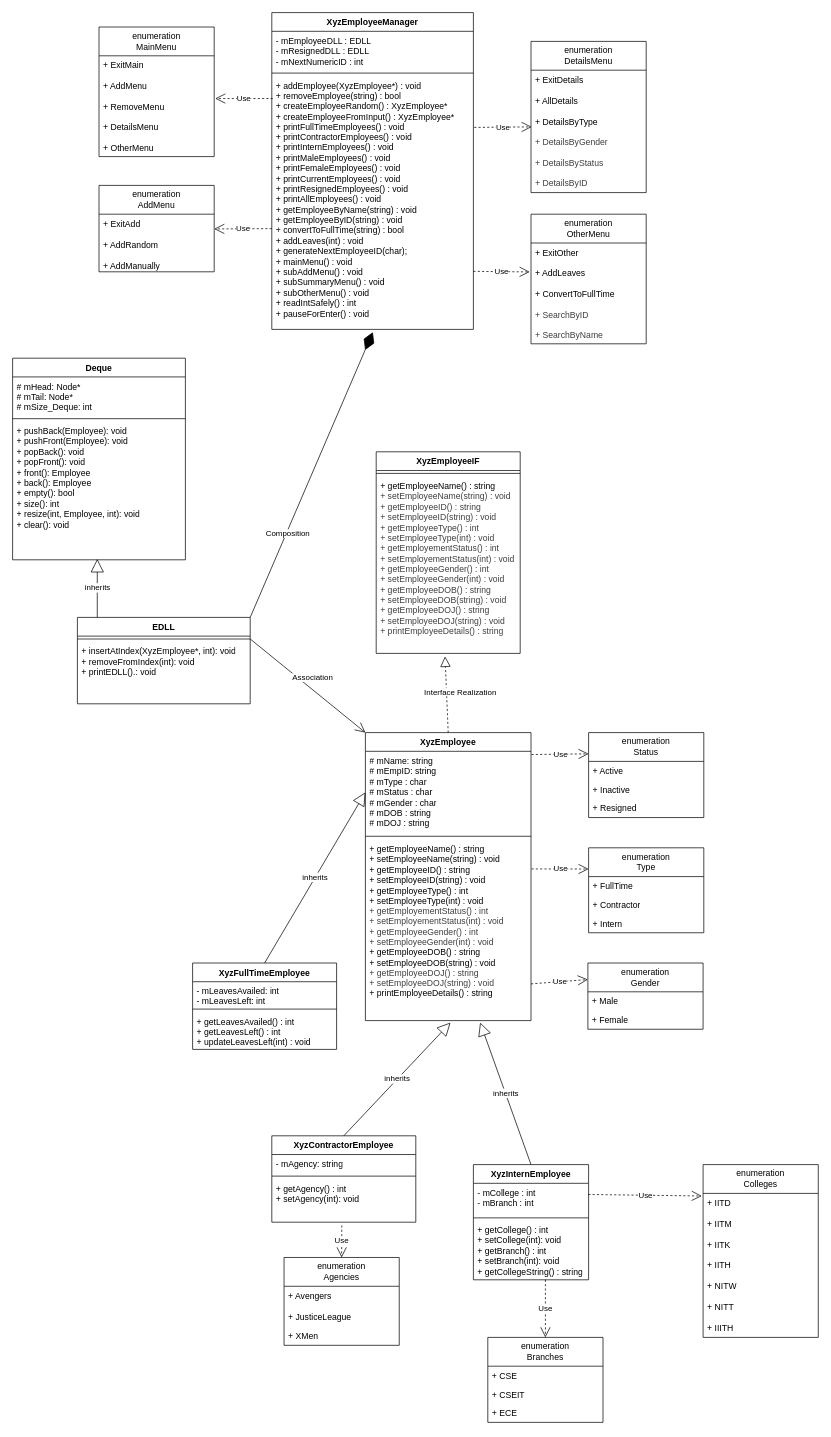
The draw.io diagram umlFile.drawio in IBM-PHYP-DEV-HYD/ems-aniketsrivast, before the edit. Source tidied: cells renumbered, new cells numbered last; positions are measured from the earlier drawing's top-left corner, leaving out a move shared by most shapes. Both pictures are drawn from the tidied source at 72%, with x=0, y=0 at pixel (12, 12).
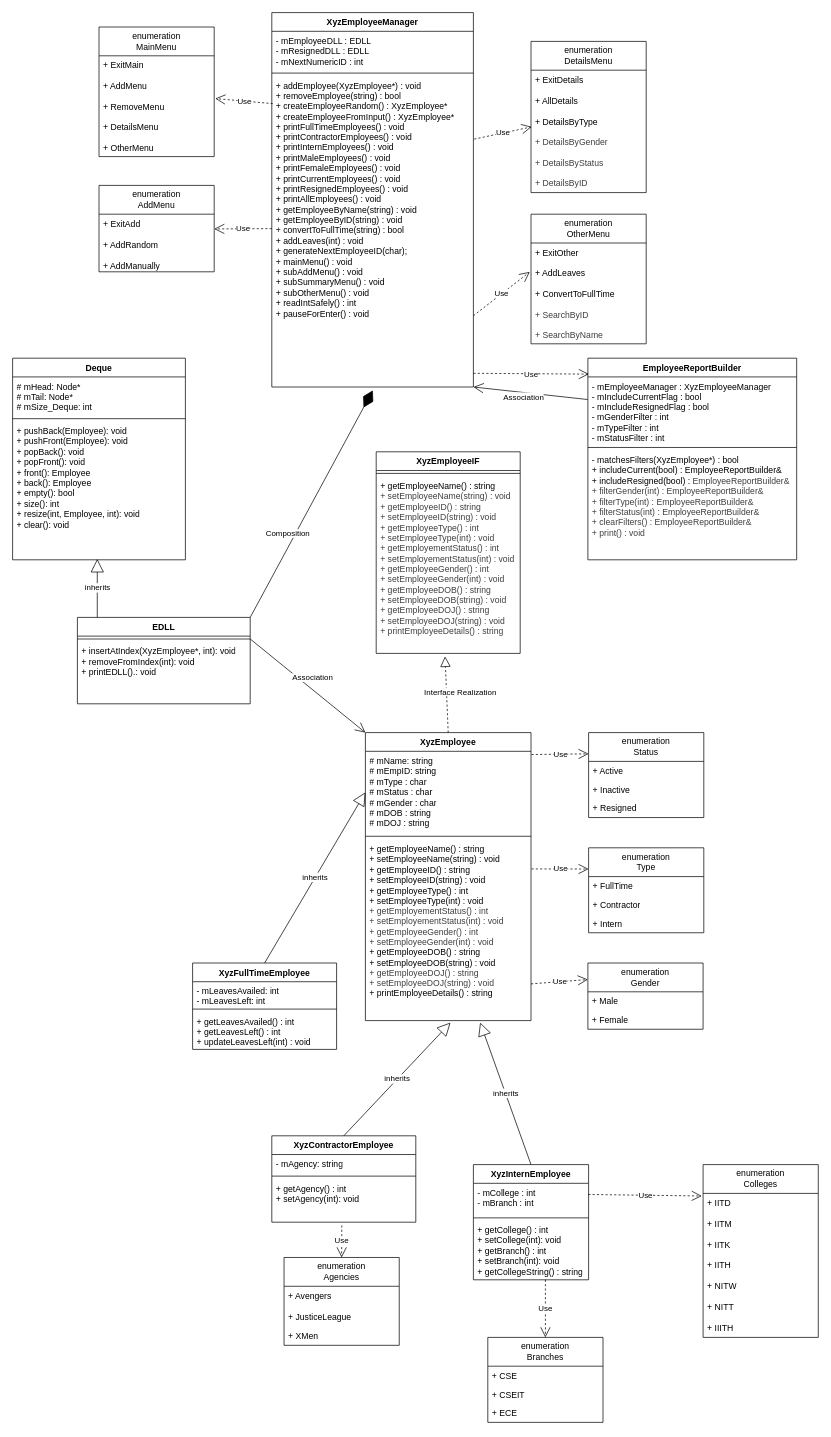
The same diagram, later.

What changed in the source:
```diff
@@
     <mxCell id="13" value="XyzEmployeeManager" style="swimlane;fontStyle=1;align=center;verticalAlign=top;horizontal=1;startSize=26;whiteSpace=wrap;html=1;" parent="1" vertex="1">
-      <mxGeometry x="360" width="280" height="440" as="geometry" />
+      <mxGeometry x="360" width="280" height="520" as="geometry" />
     </mxCell>
@@
     <mxCell id="16" value="+ addEmployee(XyzEmployee*) : void&lt;div&gt;+ removeEmployee(string) : bool&lt;/div&gt;&lt;div&gt;+ createEmployeeRandom() :&amp;nbsp;&lt;span style=&quot;color: rgb(0, 0, 0);&quot;&gt;XyzEmployee*&lt;/span&gt;&lt;/div&gt;&lt;div&gt;&lt;font color=&quot;#000000&quot;&gt;+ createEmployeeFromInput() :&amp;nbsp;&lt;/font&gt;&lt;span style=&quot;color: rgb(0, 0, 0);&quot;&gt;XyzEmployee*&lt;/span&gt;&lt;font color=&quot;#000000&quot;&gt;&lt;br&gt;&lt;/font&gt;&lt;div&gt;&lt;span style=&quot;background-color: transparent;&quot;&gt;+ printFullTimeEmployees() : void&lt;/span&gt;&lt;/div&gt;&lt;/div&gt;&lt;div&gt;+ printContractorEmployees() : void&lt;/div&gt;&lt;div&gt;+ printInternEmployees() : void&lt;/div&gt;&lt;div&gt;+ printMaleEmployees() : void&lt;/div&gt;&lt;div&gt;+ printFemaleEmployees() : void&lt;/div&gt;&lt;div&gt;+ printCurrentEmployees() : void&lt;/div&gt;&lt;div&gt;+ printResignedEmployees() : void&lt;/div&gt;&lt;div&gt;+ printAllEmployees() : void&lt;/div&gt;&lt;div&gt;+ getEmployeeByName(string) : void&lt;/div&gt;&lt;div&gt;+&amp;nbsp;&lt;span style=&quot;background-color: transparent; color: light-dark(rgb(0, 0, 0), rgb(255, 255, 255));&quot;&gt;getEmployeeByID(string) : void&lt;/span&gt;&lt;/div&gt;&lt;div&gt;&lt;span style=&quot;background-color: transparent; color: light-dark(rgb(0, 0, 0), rgb(255, 255, 255));&quot;&gt;+ convertToFullTime(string) : bool&lt;/span&gt;&lt;/div&gt;&lt;div&gt;&lt;span style=&quot;background-color: transparent; color: light-dark(rgb(0, 0, 0), rgb(255, 255, 255));&quot;&gt;+ addLeaves(int) : void&lt;/span&gt;&lt;/div&gt;&lt;div&gt;&lt;span style=&quot;background-color: transparent; color: light-dark(rgb(0, 0, 0), rgb(255, 255, 255));&quot;&gt;+ generateNextEmployeeID(char);&lt;/span&gt;&lt;/div&gt;&lt;div&gt;&lt;span style=&quot;background-color: transparent; color: light-dark(rgb(0, 0, 0), rgb(255, 255, 255));&quot;&gt;+ mainMenu() : void&lt;/span&gt;&lt;/div&gt;&lt;div&gt;&lt;span style=&quot;background-color: transparent; color: light-dark(rgb(0, 0, 0), rgb(255, 255, 255));&quot;&gt;+ subAddMenu() : void&lt;/span&gt;&lt;/div&gt;&lt;div&gt;&lt;span style=&quot;background-color: transparent; color: light-dark(rgb(0, 0, 0), rgb(255, 255, 255));&quot;&gt;+ subSummaryMenu() : void&lt;/span&gt;&lt;/div&gt;&lt;div&gt;&lt;span style=&quot;background-color: transparent; color: light-dark(rgb(0, 0, 0), rgb(255, 255, 255));&quot;&gt;+ subOtherMenu() : void&lt;/span&gt;&lt;/div&gt;&lt;div&gt;&lt;span style=&quot;background-color: transparent; color: light-dark(rgb(0, 0, 0), rgb(255, 255, 255));&quot;&gt;+ readIntSafely() : int&lt;/span&gt;&lt;/div&gt;&lt;div&gt;&lt;span style=&quot;background-color: transparent; color: light-dark(rgb(0, 0, 0), rgb(255, 255, 255));&quot;&gt;+ pauseForEnter() : void&lt;/span&gt;&lt;/div&gt;" style="text;strokeColor=none;fillColor=none;align=left;verticalAlign=top;spacingLeft=4;spacingRight=4;overflow=hidden;points=[[0,0.5],[1,0.5]];portConstraint=eastwest;whiteSpace=wrap;html=1;" parent="13" vertex="1">
-      <mxGeometry y="88" width="280" height="352" as="geometry" />
+      <mxGeometry y="88" width="280" height="432" as="geometry" />
     </mxCell>
@@
+    <mxCell id="81" value="EmployeeReportBuilder" style="swimlane;fontStyle=1;align=center;verticalAlign=top;horizontal=1;startSize=26;whiteSpace=wrap;html=1;" parent="1" vertex="1">
+      <mxGeometry x="799" y="480" width="290" height="280" as="geometry" />
+    </mxCell>
+    <mxCell id="82" value="&lt;div&gt;- mEmployeeManager : XyzEmployeeManager&lt;/div&gt;&lt;div&gt;- mIncludeCurrentFlag : bool&lt;/div&gt;&lt;div&gt;- mIncludeResignedFlag : bool&lt;/div&gt;&lt;div&gt;- mGenderFilter : int&lt;/div&gt;&lt;div&gt;- mTypeFilter : int&lt;/div&gt;&lt;div&gt;- mStatusFilter : int&lt;/div&gt;" style="text;strokeColor=none;fillColor=none;align=left;verticalAlign=top;spacingLeft=4;spacingRight=4;overflow=hidden;whiteSpace=wrap;html=1;" parent="81" vertex="1">
+      <mxGeometry y="26" width="290" height="94" as="geometry" />
+    </mxCell>
+    <mxCell id="83" style="line;strokeWidth=1;fillColor=none;align=left;verticalAlign=middle;spacingTop=-1;spacingLeft=3;spacingRight=3;labelPosition=right;strokeColor=inherit;" parent="81" vertex="1">
+      <mxGeometry y="120" width="290" height="8" as="geometry" />
+    </mxCell>
+    <mxCell id="84" value="- matchesFilters(XyzEmployee*) : bool&lt;div&gt;+ includeCurrent(bool) : EmployeeReportBuilder&amp;amp;&lt;/div&gt;&lt;div&gt;+ includeResigned(bool) :&amp;nbsp;&lt;span style=&quot;color: rgb(63, 63, 63); background-color: transparent;&quot;&gt;EmployeeReportBuilder&amp;amp;&lt;/span&gt;&lt;/div&gt;&lt;div&gt;&lt;span style=&quot;color: rgb(63, 63, 63); background-color: transparent;&quot;&gt;+ filterGender(int) :&amp;nbsp;&lt;/span&gt;&lt;span style=&quot;color: rgb(63, 63, 63); background-color: transparent;&quot;&gt;EmployeeReportBuilder&amp;amp;&lt;/span&gt;&lt;/div&gt;&lt;div&gt;&lt;span style=&quot;color: rgb(63, 63, 63); background-color: transparent;&quot;&gt;+ filterType(int) :&amp;nbsp;&lt;/span&gt;&lt;span style=&quot;color: rgb(63, 63, 63); background-color: transparent;&quot;&gt;EmployeeReportBuilder&amp;amp;&lt;/span&gt;&lt;/div&gt;&lt;div&gt;&lt;span style=&quot;color: rgb(63, 63, 63); background-color: transparent;&quot;&gt;+ filterStatus(int) :&amp;nbsp;&lt;/span&gt;&lt;span style=&quot;color: rgb(63, 63, 63); background-color: transparent;&quot;&gt;EmployeeReportBuilder&amp;amp;&lt;/span&gt;&lt;/div&gt;&lt;div&gt;&lt;span style=&quot;color: rgb(63, 63, 63); background-color: transparent;&quot;&gt;+ clearFilters() :&amp;nbsp;&lt;/span&gt;&lt;span style=&quot;color: rgb(63, 63, 63); background-color: transparent;&quot;&gt;EmployeeReportBuilder&amp;amp;&lt;/span&gt;&lt;/div&gt;&lt;div&gt;&lt;span style=&quot;color: rgb(63, 63, 63); background-color: transparent;&quot;&gt;+ print() : void&lt;/span&gt;&lt;/div&gt;&lt;div&gt;&lt;br&gt;&lt;/div&gt;" style="text;strokeColor=none;fillColor=none;align=left;verticalAlign=top;spacingLeft=4;spacingRight=4;overflow=hidden;whiteSpace=wrap;html=1;" parent="81" vertex="1">
+      <mxGeometry y="128" width="290" height="152" as="geometry" />
+    </mxCell>
+    <mxCell id="85" value="Use" style="endArrow=open;endSize=12;dashed=1;html=1;rounded=0;entryX=0.005;entryY=0.079;entryDx=0;entryDy=0;exitX=1;exitY=0.771;exitDx=0;exitDy=0;exitPerimeter=0;entryPerimeter=0;" parent="1" edge="1" target="81">
+      <mxGeometry relative="1" as="geometry">
+        <mxPoint x="640" y="501" as="sourcePoint" />
+      </mxGeometry>
+    </mxCell>
+    <mxCell id="86" style="endArrow=open;endFill=1;endSize=12;html=1;rounded=0;entryX=1.002;entryY=1.003;entryDx=0;entryDy=0;exitX=0.001;exitY=0.348;exitDx=0;exitDy=0;exitPerimeter=0;entryPerimeter=0;" parent="1" edge="1">
+      <mxGeometry relative="1" as="geometry">
+        <mxPoint x="798.7" y="537.4" as="sourcePoint" />
+        <mxPoint x="640" y="520" as="targetPoint" />
+      </mxGeometry>
+    </mxCell>
+    <mxCell id="87" value="&lt;span style=&quot;color: rgb(0, 0, 0); font-family: Helvetica; font-size: 11px; font-style: normal; font-variant-ligatures: normal; font-variant-caps: normal; font-weight: 400; letter-spacing: normal; orphans: 2; text-align: center; text-indent: 0px; text-transform: none; widows: 2; word-spacing: 0px; -webkit-text-stroke-width: 0px; white-space: nowrap; background-color: rgb(255, 255, 255); text-decoration-thickness: initial; text-decoration-style: initial; text-decoration-color: initial; float: none; display: inline !important;&quot;&gt;Association&lt;/span&gt;" style="text;whiteSpace=wrap;html=1;" parent="1" vertex="1">
+      <mxGeometry x="680" y="520" width="70" height="40" as="geometry" />
+    </mxCell>
```
